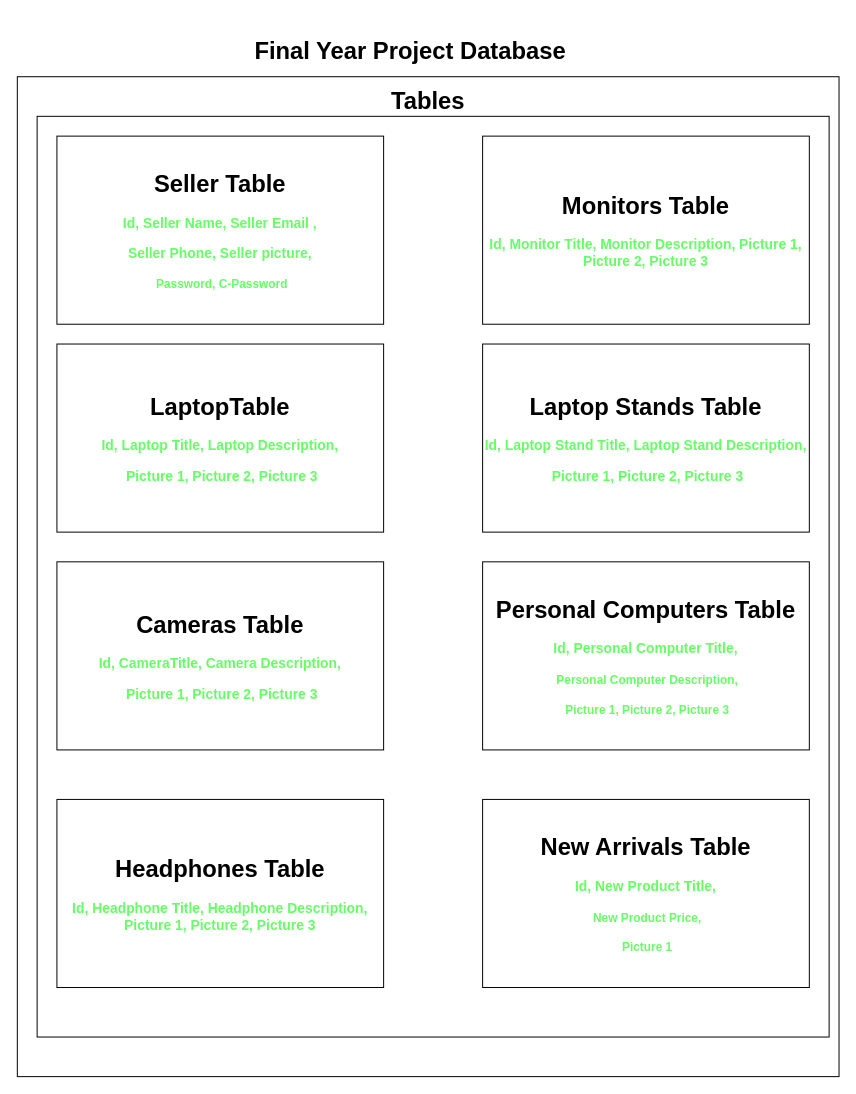
Before: Designs/Database Design.drawio in ZAHIDKHATTAKCS/Final-Year-Unversity-Project, a draw.io diagram. Source tidied: cells renumbered, new cells numbered last; positions are measured from the earlier drawing's top-left corner, leaving out a move shared by most shapes. Both pictures are drawn from the tidied source at 99%, with x=0, y=0 at pixel (17, 17).
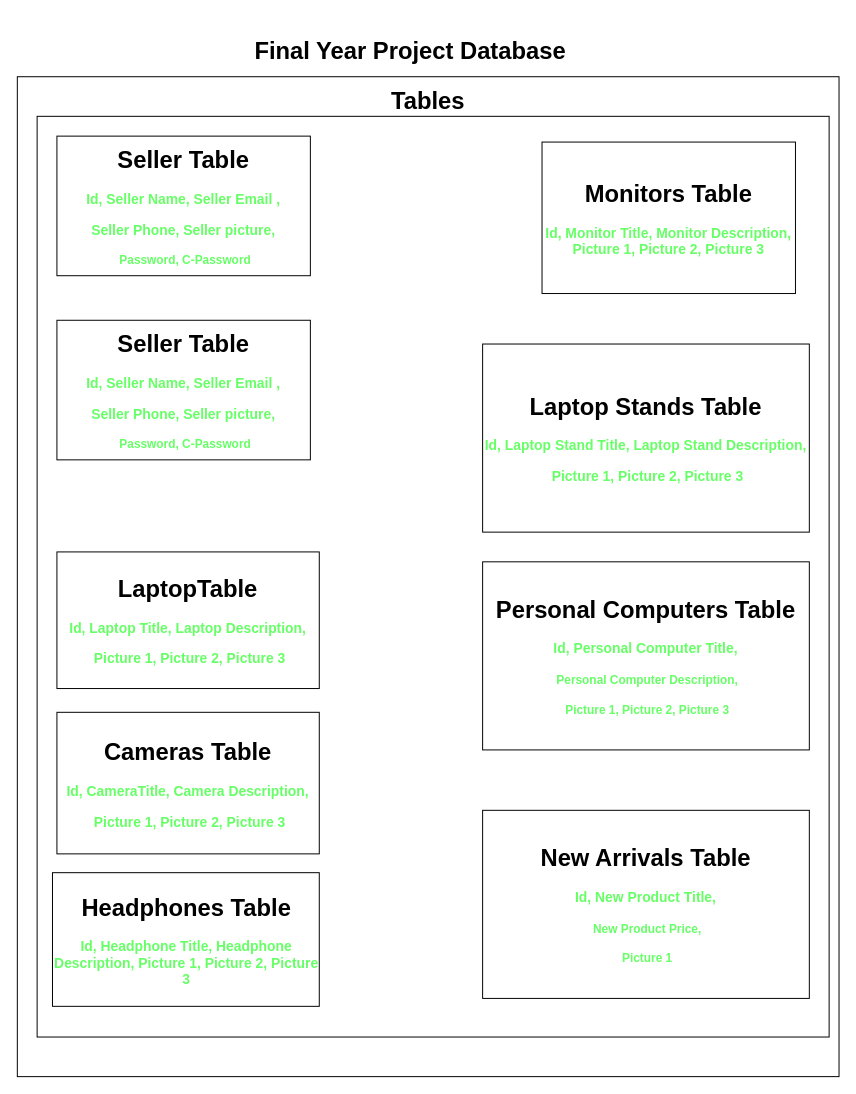
The same diagram, later.

Diff of the diagram source:
```diff
@@
 <mxGraphModel>
   <root>
     <mxCell id="0" />
     <mxCell id="1" parent="0" />
     <mxCell id="2" style="whiteSpace=wrap;html=1;" parent="1" vertex="1">
       <mxGeometry y="60" width="830" height="1010" as="geometry" />
     </mxCell>
     <mxCell id="3" value="&lt;h1&gt;&lt;b&gt;Final Year Project Database&amp;nbsp;&lt;/b&gt;&lt;/h1&gt;" style="text;html=1;align=center;verticalAlign=middle;strokeColor=none;fillColor=none;" parent="1" vertex="1">
       <mxGeometry x="230" width="340" height="70" as="geometry" />
     </mxCell>
     <mxCell id="4" style="whiteSpace=wrap;html=1;" parent="1" vertex="1">
       <mxGeometry x="20" y="100" width="800" height="930" as="geometry" />
     </mxCell>
     <mxCell id="5" value="&lt;h1&gt;&lt;b&gt;Tables&lt;/b&gt;&lt;/h1&gt;" style="text;strokeColor=none;align=center;fillColor=none;html=1;verticalAlign=middle;whiteSpace=wrap;rounded=0;" parent="1" vertex="1">
       <mxGeometry x="385" y="70" width="60" height="30" as="geometry" />
     </mxCell>
     <mxCell id="6" value="&lt;h1&gt;&lt;b&gt;Seller Table&lt;/b&gt;&lt;/h1&gt;&lt;h3&gt;&lt;font color=&quot;#66ff66&quot;&gt;&lt;b style=&quot;&quot;&gt;Id, Seller Name, Seller Email ,&lt;/b&gt;&lt;/font&gt;&lt;/h3&gt;&lt;h3&gt;&lt;font color=&quot;#66ff66&quot;&gt;&lt;b style=&quot;&quot;&gt;Seller Phone,&amp;nbsp;&lt;/b&gt;Seller picture,&lt;/font&gt;&lt;/h3&gt;&lt;h3&gt;&lt;font color=&quot;#66ff66&quot;&gt;&amp;nbsp;&lt;b style=&quot;background-color: initial; font-size: 12px;&quot;&gt;Password,&amp;nbsp;&lt;/b&gt;&lt;b style=&quot;background-color: initial; font-size: 12px;&quot;&gt;C-Password&lt;/b&gt;&lt;/font&gt;&lt;/h3&gt;" style="whiteSpace=wrap;html=1;" parent="1" vertex="1">
-      <mxGeometry x="40" y="120" width="330" height="190" as="geometry" />
+      <mxGeometry x="40" y="120" width="256" height="141" as="geometry" />
     </mxCell>
     <mxCell id="7" value="&lt;h1&gt;&lt;b&gt;LaptopTable&lt;/b&gt;&lt;/h1&gt;&lt;h3&gt;&lt;font color=&quot;#66ff66&quot;&gt;&lt;b style=&quot;&quot;&gt;Id, Laptop Title, Laptop Description,&lt;/b&gt;&lt;/font&gt;&lt;/h3&gt;&lt;h3&gt;&lt;font color=&quot;#66ff66&quot;&gt;&lt;b style=&quot;&quot;&gt;&amp;nbsp;Picture 1, Picture 2, Picture 3&lt;/b&gt;&lt;/font&gt;&lt;/h3&gt;" style="whiteSpace=wrap;html=1;" parent="1" vertex="1">
-      <mxGeometry x="40" y="330" width="330" height="190" as="geometry" />
+      <mxGeometry x="40" y="540" width="265" height="138" as="geometry" />
     </mxCell>
     <mxCell id="8" value="&lt;h1&gt;Cameras Table&lt;/h1&gt;&lt;h3&gt;&lt;font color=&quot;#66ff66&quot;&gt;&lt;b style=&quot;&quot;&gt;Id, CameraTitle, Camera Description,&lt;/b&gt;&lt;/font&gt;&lt;/h3&gt;&lt;h3&gt;&lt;font color=&quot;#66ff66&quot;&gt;&lt;b style=&quot;&quot;&gt;&amp;nbsp;Picture 1, Picture 2, Picture 3&lt;/b&gt;&lt;/font&gt;&lt;/h3&gt;" style="whiteSpace=wrap;html=1;" parent="1" vertex="1">
-      <mxGeometry x="40" y="550" width="330" height="190" as="geometry" />
+      <mxGeometry x="40" y="702" width="265" height="143" as="geometry" />
     </mxCell>
     <mxCell id="9" value="&lt;h1&gt;&lt;b&gt;Headphones Table&lt;/b&gt;&lt;/h1&gt;&lt;h3&gt;&lt;font color=&quot;#66ff66&quot;&gt;&lt;b style=&quot;&quot;&gt;Id, Headphone Title, Headphone Description, Picture 1, Picture 2, Picture 3&lt;/b&gt;&lt;/font&gt;&lt;/h3&gt;" style="whiteSpace=wrap;html=1;" parent="1" vertex="1">
-      <mxGeometry x="40" y="790" width="330" height="190" as="geometry" />
+      <mxGeometry x="35.5" y="864" width="269.5" height="135" as="geometry" />
     </mxCell>
     <mxCell id="10" value="&lt;h1&gt;&lt;b&gt;Monitors Table&lt;/b&gt;&lt;/h1&gt;&lt;h3&gt;&lt;font color=&quot;#66ff66&quot;&gt;&lt;b style=&quot;&quot;&gt;Id, Monitor Title, Monitor Description, Picture 1, Picture 2, Picture 3&lt;/b&gt;&lt;/font&gt;&lt;/h3&gt;" style="whiteSpace=wrap;html=1;" parent="1" vertex="1">
-      <mxGeometry x="470" y="120" width="330" height="190" as="geometry" />
+      <mxGeometry x="530" y="126" width="256" height="153" as="geometry" />
     </mxCell>
     <mxCell id="11" value="&lt;h1&gt;&lt;b&gt;Personal Computers Table&lt;/b&gt;&lt;/h1&gt;&lt;h3&gt;&lt;font color=&quot;#66ff66&quot;&gt;&lt;b style=&quot;&quot;&gt;Id, Personal Computer Title,&lt;/b&gt;&lt;/font&gt;&lt;/h3&gt;&lt;h3&gt;&lt;b style=&quot;background-color: initial; color: rgb(102, 255, 102); font-size: 12px;&quot;&gt;&amp;nbsp;Personal Computer Description,&lt;/b&gt;&lt;/h3&gt;&lt;h3&gt;&lt;b style=&quot;background-color: initial; color: rgb(102, 255, 102); font-size: 12px;&quot;&gt;&amp;nbsp;Picture 1, Picture 2, Picture 3&lt;/b&gt;&lt;/h3&gt;" style="whiteSpace=wrap;html=1;" parent="1" vertex="1">
       <mxGeometry x="470" y="550" width="330" height="190" as="geometry" />
     </mxCell>
     <mxCell id="12" value="&lt;h1&gt;Laptop Stands Table&lt;/h1&gt;&lt;h3&gt;&lt;font color=&quot;#66ff66&quot;&gt;&lt;b style=&quot;&quot;&gt;Id, Laptop Stand Title, Laptop Stand Description,&lt;/b&gt;&lt;/font&gt;&lt;/h3&gt;&lt;h3&gt;&lt;font color=&quot;#66ff66&quot;&gt;&lt;b style=&quot;&quot;&gt;&amp;nbsp;Picture 1, Picture 2, Picture 3&lt;/b&gt;&lt;/font&gt;&lt;/h3&gt;" style="whiteSpace=wrap;html=1;" parent="1" vertex="1">
       <mxGeometry x="470" y="330" width="330" height="190" as="geometry" />
     </mxCell>
     <mxCell id="13" value="&lt;h1&gt;&lt;b&gt;New Arrivals Table&lt;/b&gt;&lt;/h1&gt;&lt;h3&gt;&lt;font color=&quot;#66ff66&quot;&gt;&lt;b style=&quot;&quot;&gt;Id, New Product Title,&lt;/b&gt;&lt;/font&gt;&lt;/h3&gt;&lt;h3&gt;&lt;b style=&quot;background-color: initial; color: rgb(102, 255, 102); font-size: 12px;&quot;&gt;&amp;nbsp;New Product Price,&lt;/b&gt;&lt;/h3&gt;&lt;h3&gt;&lt;b style=&quot;background-color: initial; color: rgb(102, 255, 102); font-size: 12px;&quot;&gt;&amp;nbsp;Picture 1&lt;/b&gt;&lt;/h3&gt;" style="whiteSpace=wrap;html=1;" parent="1" vertex="1">
-      <mxGeometry x="470" y="790" width="330" height="190" as="geometry" />
+      <mxGeometry x="470" y="801" width="330" height="190" as="geometry" />
     </mxCell>
+    <mxCell id="14" value="&lt;h1&gt;&lt;b&gt;Seller Table&lt;/b&gt;&lt;/h1&gt;&lt;h3&gt;&lt;font color=&quot;#66ff66&quot;&gt;&lt;b style=&quot;&quot;&gt;Id, Seller Name, Seller Email ,&lt;/b&gt;&lt;/font&gt;&lt;/h3&gt;&lt;h3&gt;&lt;font color=&quot;#66ff66&quot;&gt;&lt;b style=&quot;&quot;&gt;Seller Phone,&amp;nbsp;&lt;/b&gt;Seller picture,&lt;/font&gt;&lt;/h3&gt;&lt;h3&gt;&lt;font color=&quot;#66ff66&quot;&gt;&amp;nbsp;&lt;b style=&quot;background-color: initial; font-size: 12px;&quot;&gt;Password,&amp;nbsp;&lt;/b&gt;&lt;b style=&quot;background-color: initial; font-size: 12px;&quot;&gt;C-Password&lt;/b&gt;&lt;/font&gt;&lt;/h3&gt;" style="whiteSpace=wrap;html=1;" parent="1" vertex="1">
+      <mxGeometry x="40" y="306" width="256" height="141" as="geometry" />
+    </mxCell>
   </root>
 </mxGraphModel>
```
